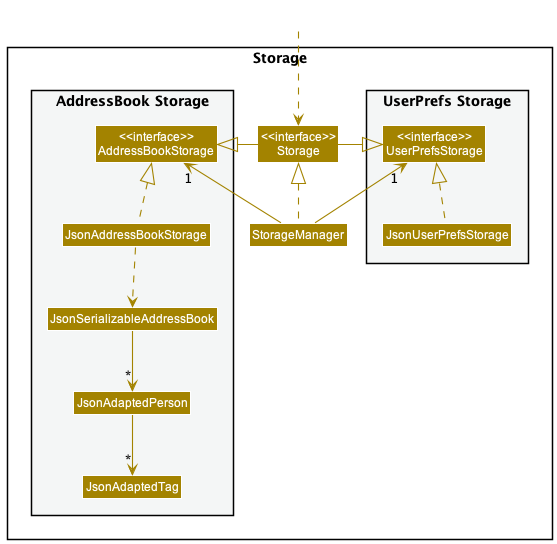
Above: docs/images/StorageClassDiagram.png in nus-cs2103-AY2223S2/tp (PlantUML), before the change.
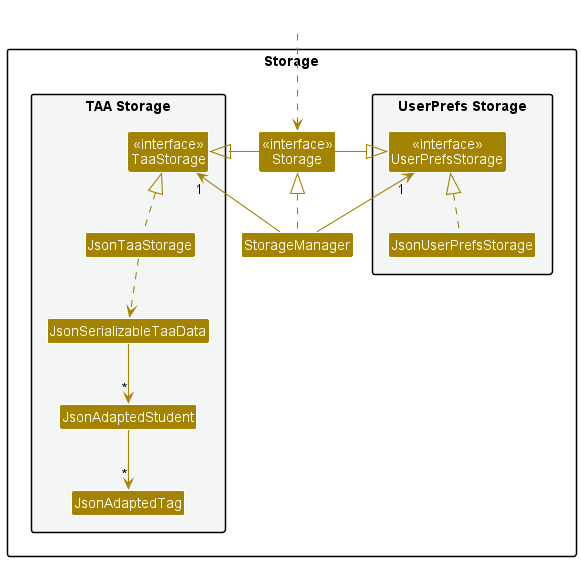
After the commit.

The edit, as a diff of the source:
```diff
@@ -11,33 +11,33 @@
 Class JsonUserPrefsStorage
 }
 
-Class "<<interface>>\nStorage" as Storage
+Class "<<interface>>\nStorage" as StorageInterface
 Class StorageManager
 
-package "AddressBook Storage" #F4F6F6{
-Class "<<interface>>\nAddressBookStorage" as AddressBookStorage
-Class JsonAddressBookStorage
-Class JsonSerializableAddressBook
-Class JsonAdaptedPerson
+package "TAA Storage" #F4F6F6{
+Class "<<interface>>\nTaaStorage" as TaaStorage
+Class JsonTaaStorage
+Class JsonSerializableTaaData
+Class JsonAdaptedStudent
 Class JsonAdaptedTag
 }
 
 }
 
 Class HiddenOutside #FFFFFF
-HiddenOutside ..> Storage
+HiddenOutside ..> StorageInterface
 
-StorageManager .up.|> Storage
+StorageManager .up.|> StorageInterface
 StorageManager -up-> "1" UserPrefsStorage
-StorageManager -up-> "1" AddressBookStorage
+StorageManager -up-> "1" TaaStorage
 
-Storage -left-|> UserPrefsStorage
-Storage -right-|> AddressBookStorage
+StorageInterface -left-|> UserPrefsStorage
+StorageInterface -right-|> TaaStorage
 
 JsonUserPrefsStorage .up.|> UserPrefsStorage
-JsonAddressBookStorage .up.|> AddressBookStorage
-JsonAddressBookStorage ..> JsonSerializableAddressBook
-JsonSerializableAddressBook --> "*" JsonAdaptedPerson
-JsonAdaptedPerson --> "*" JsonAdaptedTag
+JsonTaaStorage .up.|> TaaStorage
+JsonTaaStorage ..> JsonSerializableTaaData
+JsonSerializableTaaData --> "*" JsonAdaptedStudent
+JsonAdaptedStudent --> "*" JsonAdaptedTag
 
 @enduml
```
